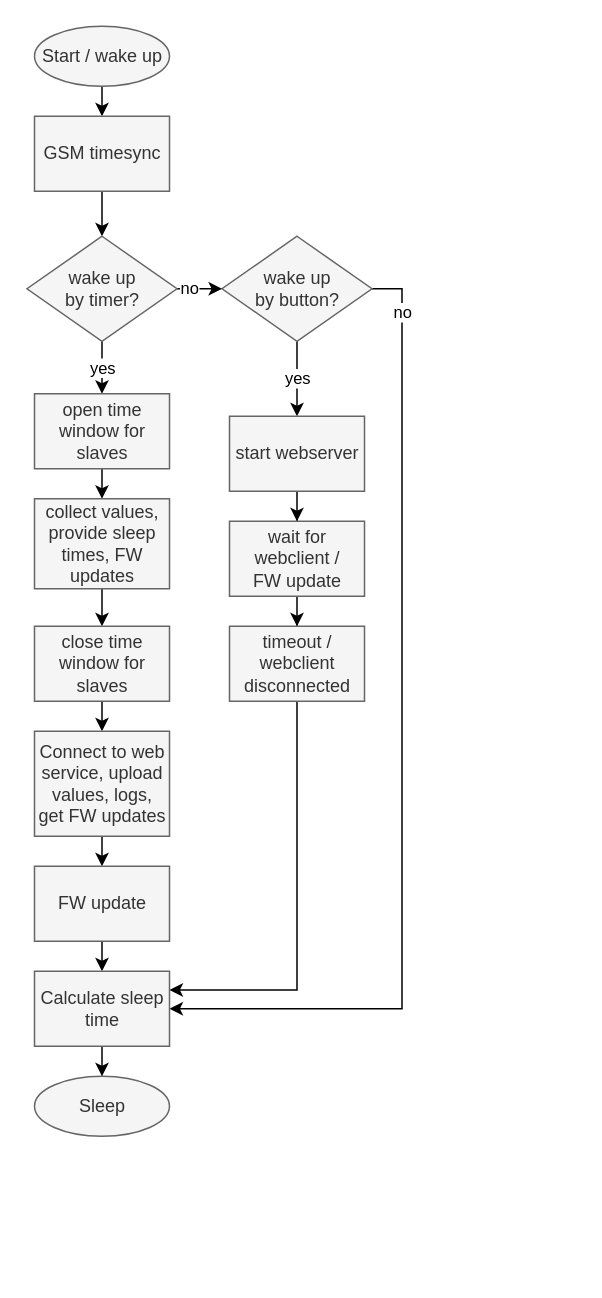
Barabas19/Apiary_system keeps this draw.io diagram as page "Master workflow" (6 of 7) of docs/Apiary_charts_and_views.drawio. Above is the earlier version. Source tidied: cells renumbered, new cells numbered last; positions are measured from the earlier drawing's top-left corner, leaving out a move shared by most shapes. Both pictures are drawn from the tidied source at 150%, with x=0, y=0 at pixel (27, 26).
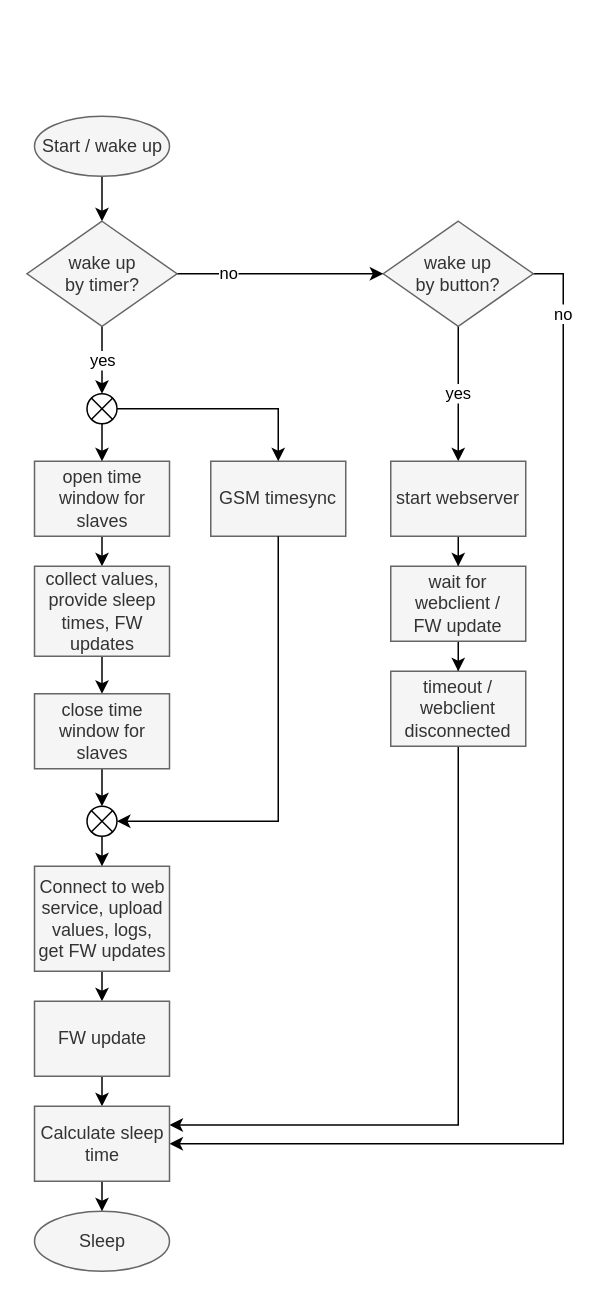
The same page after the edit.

Change to the diagram source:
```diff
@@
-    <mxCell id="2" style="edgeStyle=orthogonalEdgeStyle;rounded=0;jettySize=auto;html=1;exitX=0.5;exitY=1;exitDx=0;exitDy=0;entryX=0.5;entryY=0;entryDx=0;entryDy=0;" parent="1" edge="1" source="26" target="11">
-      <mxGeometry relative="1" as="geometry" />
-    </mxCell>
-    <mxCell id="3" style="edgeStyle=orthogonalEdgeStyle;rounded=0;jettySize=auto;html=1;exitX=0.5;exitY=1;exitDx=0;exitDy=0;entryX=0.5;entryY=0;entryDx=0;entryDy=0;" parent="1" edge="1" source="4" target="26">
+    <mxCell id="3" style="edgeStyle=orthogonalEdgeStyle;rounded=0;jettySize=auto;html=1;exitX=0.5;exitY=1;exitDx=0;exitDy=0;entryX=0.5;entryY=0;entryDx=0;entryDy=0;" parent="1" edge="1" source="4" target="11">
       <mxGeometry relative="1" as="geometry" />
     </mxCell>
     <mxCell id="4" value="Start / wake up" style="ellipse;whiteSpace=wrap;html=1;fillColor=#f5f5f5;fontColor=#333333;strokeColor=#666666;" parent="1" vertex="1">
-      <mxGeometry x="4.5" width="90" height="40" as="geometry" />
+      <mxGeometry x="4.5" y="60" width="90" height="40" as="geometry" />
     </mxCell>
@@
     <mxCell id="7" value="wake up&lt;br&gt;by button?" style="rhombus;whiteSpace=wrap;html=1;fillColor=#f5f5f5;fontColor=#333333;strokeColor=#666666;" parent="1" vertex="1">
-      <mxGeometry x="129.5" y="140" width="100" height="70" as="geometry" />
+      <mxGeometry x="237" y="130" width="100" height="70" as="geometry" />
     </mxCell>
     <mxCell id="8" value="Sleep" style="ellipse;whiteSpace=wrap;html=1;fillColor=#f5f5f5;fontColor=#333333;strokeColor=#666666;" parent="1" vertex="1">
-      <mxGeometry x="4.5" y="700" width="90" height="40" as="geometry" />
+      <mxGeometry x="4.5" y="790" width="90" height="40" as="geometry" />
     </mxCell>
-    <mxCell id="9" value="yes" style="edgeStyle=orthogonalEdgeStyle;rounded=0;jettySize=auto;html=1;exitX=0.5;exitY=1;exitDx=0;exitDy=0;entryX=0.5;entryY=0;entryDx=0;entryDy=0;" parent="1" edge="1" source="11" target="13">
+    <mxCell id="9" value="yes" style="edgeStyle=orthogonalEdgeStyle;rounded=0;jettySize=auto;html=1;exitX=0.5;exitY=1;exitDx=0;exitDy=0;entryX=0.5;entryY=0;entryDx=0;entryDy=0;entryPerimeter=0;" parent="1" edge="1" source="11" target="33">
       <mxGeometry relative="1" as="geometry" />
     </mxCell>
@@
     <mxCell id="11" value="wake up&lt;br&gt;by timer?" style="rhombus;whiteSpace=wrap;html=1;fillColor=#f5f5f5;fontColor=#333333;strokeColor=#666666;" parent="1" vertex="1">
-      <mxGeometry x="-0.5" y="140" width="100" height="70" as="geometry" />
+      <mxGeometry x="-0.5" y="130" width="100" height="70" as="geometry" />
     </mxCell>
@@
     <mxCell id="13" value="open time window for slaves" style="rounded=0;whiteSpace=wrap;html=1;fillColor=#f5f5f5;fontColor=#333333;strokeColor=#666666;" parent="1" vertex="1">
-      <mxGeometry x="4.5" y="245" width="90" height="50" as="geometry" />
+      <mxGeometry x="4.5" y="290" width="90" height="50" as="geometry" />
     </mxCell>
@@
     <mxCell id="15" value="collect values,&lt;br&gt;provide sleep times, FW updates" style="rounded=0;whiteSpace=wrap;html=1;fillColor=#f5f5f5;fontColor=#333333;strokeColor=#666666;" parent="1" vertex="1">
-      <mxGeometry x="4.5" y="315" width="90" height="60" as="geometry" />
+      <mxGeometry x="4.5" y="360" width="90" height="60" as="geometry" />
     </mxCell>
-    <mxCell id="16" style="edgeStyle=orthogonalEdgeStyle;rounded=0;jettySize=auto;html=1;exitX=0.5;exitY=1;exitDx=0;exitDy=0;entryX=0.5;entryY=0;entryDx=0;entryDy=0;" parent="1" edge="1" source="17" target="25">
+    <mxCell id="16" style="edgeStyle=orthogonalEdgeStyle;rounded=0;jettySize=auto;html=1;exitX=0.5;exitY=1;exitDx=0;exitDy=0;entryX=0.5;entryY=0;entryDx=0;entryDy=0;entryPerimeter=0;" parent="1" edge="1" source="17" target="35">
       <mxGeometry relative="1" as="geometry" />
     </mxCell>
     <mxCell id="17" value="close time window for slaves" style="rounded=0;whiteSpace=wrap;html=1;fillColor=#f5f5f5;fontColor=#333333;strokeColor=#666666;" parent="1" vertex="1">
-      <mxGeometry x="4.5" y="400" width="90" height="50" as="geometry" />
+      <mxGeometry x="4.5" y="445" width="90" height="50" as="geometry" />
     </mxCell>
@@
     <mxCell id="19" value="start webserver" style="rounded=0;whiteSpace=wrap;html=1;fillColor=#f5f5f5;fontColor=#333333;strokeColor=#666666;" parent="1" vertex="1">
-      <mxGeometry x="134.5" y="260" width="90" height="50" as="geometry" />
+      <mxGeometry x="242" y="290" width="90" height="50" as="geometry" />
     </mxCell>
@@
     <mxCell id="21" value="wait for webclient /&lt;br&gt;FW update" style="rounded=0;whiteSpace=wrap;html=1;fillColor=#f5f5f5;fontColor=#333333;strokeColor=#666666;" parent="1" vertex="1">
-      <mxGeometry x="134.5" y="330" width="90" height="50" as="geometry" />
+      <mxGeometry x="242" y="360" width="90" height="50" as="geometry" />
     </mxCell>
@@
     <mxCell id="23" value="timeout / webclient&lt;br&gt;disconnected" style="rounded=0;whiteSpace=wrap;html=1;fillColor=#f5f5f5;fontColor=#333333;strokeColor=#666666;" parent="1" vertex="1">
-      <mxGeometry x="134.5" y="400" width="90" height="50" as="geometry" />
+      <mxGeometry x="242" y="430" width="90" height="50" as="geometry" />
     </mxCell>
@@
     <mxCell id="25" value="Connect to web service, upload values, logs,&lt;br&gt;get FW updates" style="rounded=0;whiteSpace=wrap;html=1;fillColor=#f5f5f5;fontColor=#333333;strokeColor=#666666;" parent="1" vertex="1">
-      <mxGeometry x="4.5" y="470" width="90" height="70" as="geometry" />
+      <mxGeometry x="4.5" y="560" width="90" height="70" as="geometry" />
     </mxCell>
-    <mxCell id="26" value="GSM timesync" style="rounded=0;whiteSpace=wrap;html=1;fillColor=#f5f5f5;fontColor=#333333;strokeColor=#666666;" parent="1" vertex="1">
-      <mxGeometry x="4.5" y="60" width="90" height="50" as="geometry" />
-    </mxCell>
@@
     <mxCell id="28" value="FW update" style="rounded=0;whiteSpace=wrap;html=1;fillColor=#f5f5f5;fontColor=#333333;strokeColor=#666666;" parent="1" vertex="1">
-      <mxGeometry x="4.5" y="560" width="90" height="50" as="geometry" />
+      <mxGeometry x="4.5" y="650" width="90" height="50" as="geometry" />
     </mxCell>
@@
     <mxCell id="30" value="Calculate sleep time" style="rounded=0;whiteSpace=wrap;html=1;fillColor=#f5f5f5;fontColor=#333333;strokeColor=#666666;" parent="1" vertex="1">
-      <mxGeometry x="4.5" y="630" width="90" height="50" as="geometry" />
+      <mxGeometry x="4.5" y="720" width="90" height="50" as="geometry" />
     </mxCell>
+    <mxCell id="26" value="GSM timesync" style="rounded=0;whiteSpace=wrap;html=1;fillColor=#f5f5f5;fontColor=#333333;strokeColor=#666666;" parent="1" vertex="1">
+      <mxGeometry x="122" y="290" width="90" height="50" as="geometry" />
+    </mxCell>
+    <mxCell id="31" style="edgeStyle=orthogonalEdgeStyle;rounded=0;jettySize=auto;html=1;exitX=0.5;exitY=1;exitDx=0;exitDy=0;exitPerimeter=0;entryX=0.5;entryY=0;entryDx=0;entryDy=0;" parent="1" edge="1" source="33" target="13">
+      <mxGeometry relative="1" as="geometry" />
+    </mxCell>
+    <mxCell id="32" style="edgeStyle=orthogonalEdgeStyle;rounded=0;jettySize=auto;html=1;exitX=1;exitY=0.5;exitDx=0;exitDy=0;exitPerimeter=0;entryX=0.5;entryY=0;entryDx=0;entryDy=0;" parent="1" edge="1" source="33" target="26">
+      <mxGeometry relative="1" as="geometry" />
+    </mxCell>
+    <mxCell id="33" style="verticalLabelPosition=bottom;verticalAlign=top;html=1;shape=mxgraph.flowchart.or;" parent="1" vertex="1">
+      <mxGeometry x="39.5" y="245" width="20" height="20" as="geometry" />
+    </mxCell>
+    <mxCell id="34" style="edgeStyle=orthogonalEdgeStyle;rounded=0;jettySize=auto;html=1;exitX=0.5;exitY=1;exitDx=0;exitDy=0;exitPerimeter=0;entryX=0.5;entryY=0;entryDx=0;entryDy=0;" parent="1" edge="1" source="35" target="25">
+      <mxGeometry relative="1" as="geometry" />
+    </mxCell>
+    <mxCell id="35" style="verticalLabelPosition=bottom;verticalAlign=top;html=1;shape=mxgraph.flowchart.or;" parent="1" vertex="1">
+      <mxGeometry x="39.5" y="520" width="20" height="20" as="geometry" />
+    </mxCell>
+    <mxCell id="36" style="edgeStyle=orthogonalEdgeStyle;rounded=0;jettySize=auto;html=1;exitX=0.5;exitY=1;exitDx=0;exitDy=0;entryX=1;entryY=0.5;entryDx=0;entryDy=0;entryPerimeter=0;" parent="1" edge="1" source="26" target="35">
+      <mxGeometry relative="1" as="geometry" />
+    </mxCell>
```
